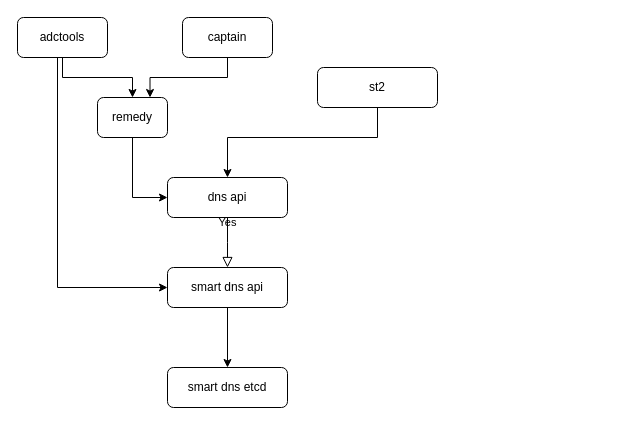
xu071602/xu071602 keeps this draw.io diagram as document/smartdns/未命名绘图.drawio. Above is the earlier version. Source tidied: cells renumbered, new cells numbered last; positions are measured from the earlier drawing's top-left corner, leaving out a move shared by most shapes. Both pictures are drawn from the tidied source at 100%, with x=0, y=0 at pixel (17, 17).
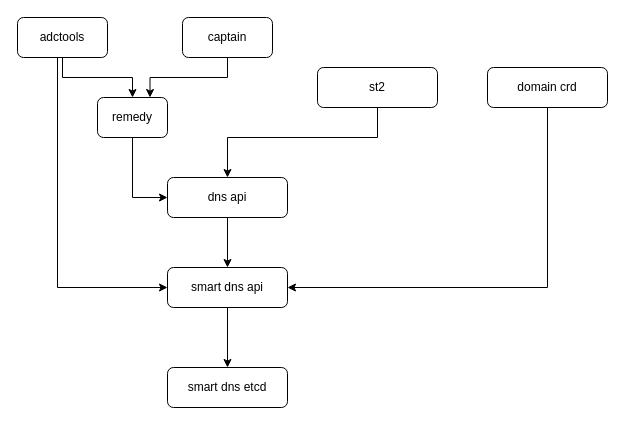
Above is the later version.

Commit message:
smartdns api invoke chain.drawio

Unchanged cells that the change refers to:
```xml
<mxCell id="6" value="dns api" style="rounded=1;whiteSpace=wrap;html=1;" parent="1" vertex="1">
  <mxGeometry x="150" y="160" width="120" height="40" as="geometry" />
</mxCell>
<mxCell id="8" value="smart dns api" style="rounded=1;whiteSpace=wrap;html=1;fontSize=12;glass=0;strokeWidth=1;shadow=0;" parent="1" vertex="1">
  <mxGeometry x="150" y="250" width="120" height="40" as="geometry" />
</mxCell>
```

Diff of the diagram source:
```diff
@@
-    <mxCell id="4" value="Yes" style="rounded=0;html=1;jettySize=auto;fontSize=11;endArrow=block;endFill=0;endSize=8;strokeWidth=1;shadow=0;labelBackgroundColor=none;edgeStyle=orthogonalEdgeStyle;" parent="1" edge="1" source="6">
-      <mxGeometry y="20" relative="1" as="geometry">
-        <mxPoint x="210" y="250" as="targetPoint" />
-      </mxGeometry>
-    </mxCell>
@@
+    <mxCell id="16" style="edgeStyle=orthogonalEdgeStyle;rounded=0;jettySize=auto;html=1;" parent="1" edge="1" source="6" target="8">
+      <mxGeometry relative="1" as="geometry" />
+    </mxCell>
@@
+    <mxCell id="17" style="edgeStyle=orthogonalEdgeStyle;rounded=0;jettySize=auto;html=1;entryX=1;entryY=0.5;entryDx=0;entryDy=0;" parent="1" edge="1" source="18" target="8">
+      <mxGeometry relative="1" as="geometry">
+        <Array as="points">
+          <mxPoint x="530" y="270" />
+        </Array>
+      </mxGeometry>
+    </mxCell>
+    <mxCell id="18" value="domain crd" style="rounded=1;whiteSpace=wrap;html=1;fontSize=12;glass=0;strokeWidth=1;shadow=0;" parent="1" vertex="1">
+      <mxGeometry x="470" y="50" width="120" height="40" as="geometry" />
+    </mxCell>
```
